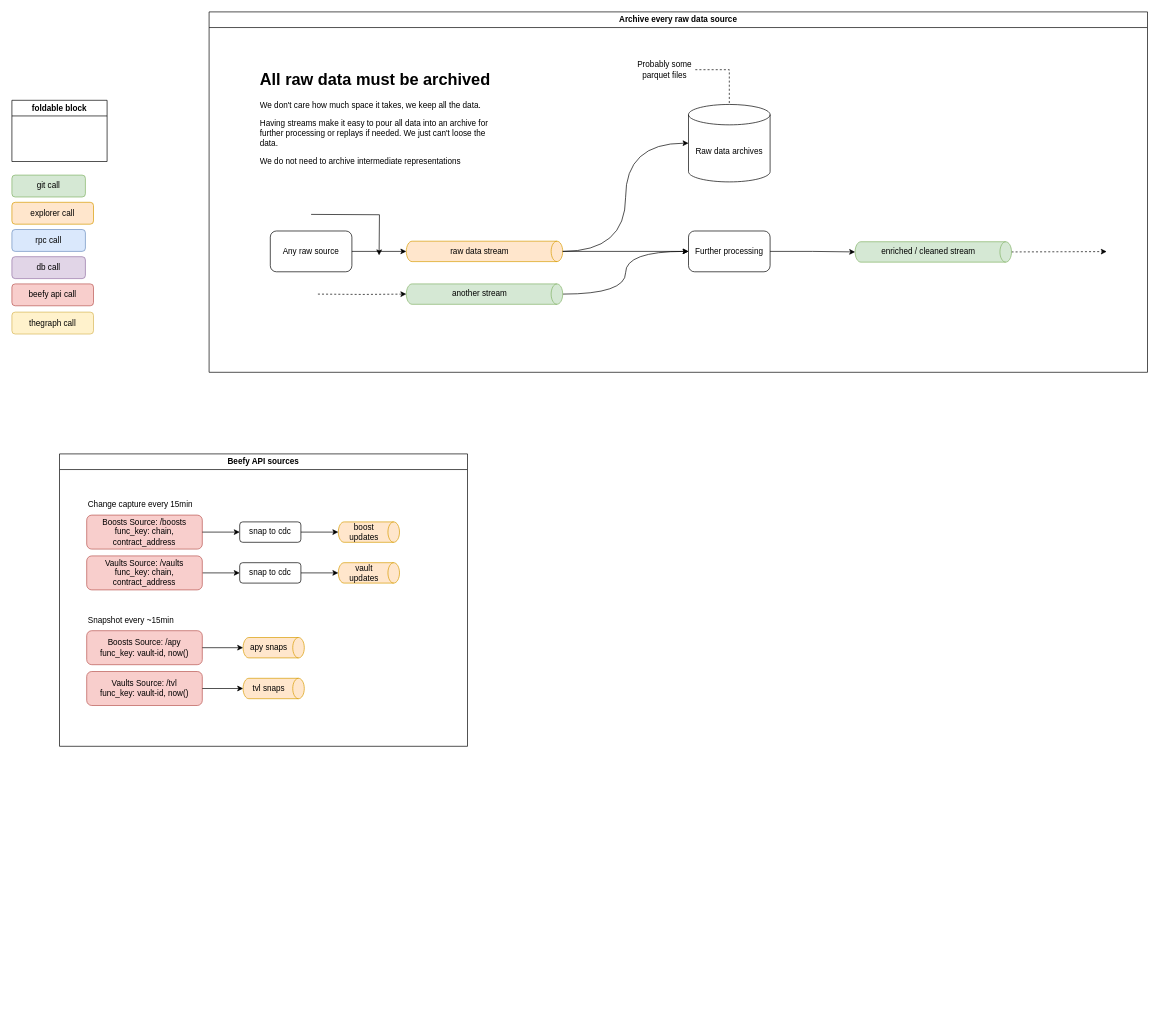
The draw.io diagram documentation/databarn.drawio in prevostc/beefy-bi, before the edit. Source tidied: cells renumbered, new cells numbered last; positions are measured from the earlier drawing's top-left corner, leaving out a move shared by most shapes. Both pictures are drawn from the tidied source at 68%, with x=0, y=0 at pixel (12, 12).
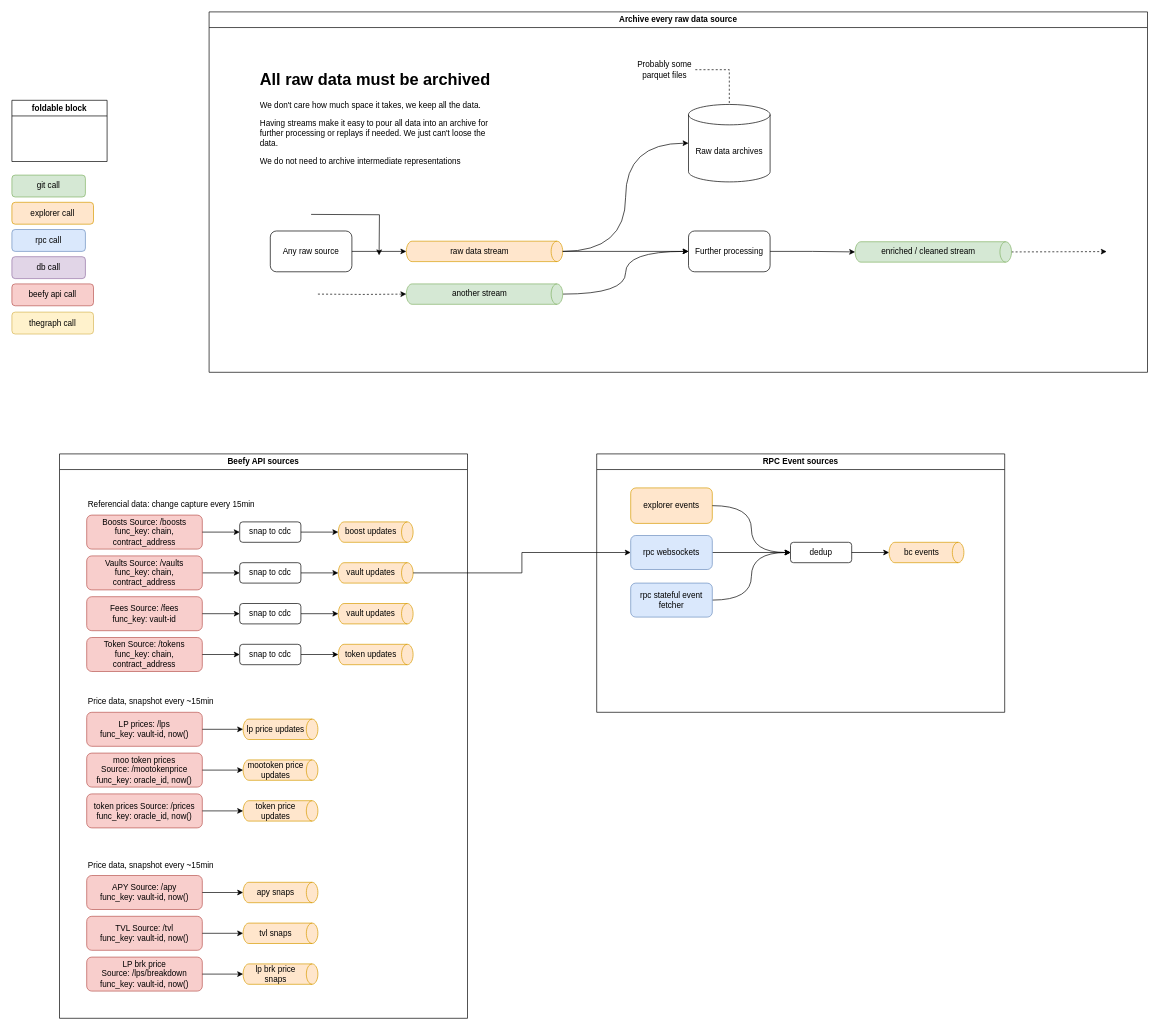
After the change.

The change refers to these unchanged cells:
```xml
<mxCell id="34" value="Boosts Source:&amp;nbsp;/boosts&lt;br&gt;func_key: chain, contract_address" style="rounded=1;whiteSpace=wrap;html=1;fontSize=12;glass=0;strokeWidth=1;shadow=0;fillColor=#f8cecc;strokeColor=#b85450;" parent="31" vertex="1">
  <mxGeometry x="40" y="90" width="170" height="50" as="geometry" />
</mxCell>
<mxCell id="36" value="Vaults Source:&amp;nbsp;/vaults&lt;br style=&quot;border-color: var(--border-color);&quot;&gt;func_key: chain, contract_address" style="rounded=1;whiteSpace=wrap;html=1;fontSize=12;glass=0;strokeWidth=1;shadow=0;fillColor=#f8cecc;strokeColor=#b85450;" parent="31" vertex="1">
  <mxGeometry x="40" y="150" width="170" height="50" as="geometry" />
</mxCell>
<mxCell id="46" value="snap to cdc" style="rounded=1;whiteSpace=wrap;html=1;" parent="31" vertex="1">
  <mxGeometry x="265" y="100" width="90" height="30" as="geometry" />
</mxCell>
<mxCell id="51" value="snap to cdc" style="rounded=1;whiteSpace=wrap;html=1;" parent="31" vertex="1">
  <mxGeometry x="265" y="160" width="90" height="30" as="geometry" />
</mxCell>
```

What changed in the source:
```diff
@@
     <mxCell id="31" value="Beefy API sources" style="swimlane;whiteSpace=wrap;html=1;" parent="1" vertex="1">
-      <mxGeometry x="70" y="650" width="600" height="430" as="geometry" />
+      <mxGeometry x="70" y="650" width="600" height="830" as="geometry" />
     </mxCell>
@@
-    <mxCell id="35" style="edgeStyle=orthogonalEdgeStyle;rounded=0;jettySize=auto;html=1;exitX=1;exitY=0.5;exitDx=0;exitDy=0;" parent="31" edge="1" source="36" target="51">
+    <mxCell id="35" style="edgeStyle=orthogonalEdgeStyle;rounded=0;jettySize=auto;html=1;" parent="31" edge="1" source="36" target="51">
       <mxGeometry relative="1" as="geometry" />
     </mxCell>
@@
     <mxCell id="37" value="boost updates" style="shape=cylinder3;whiteSpace=wrap;html=1;boundedLbl=1;backgroundOutline=1;size=8.5;rotation=90;fillColor=#ffe6cc;horizontal=0;strokeColor=#d79b00;" parent="31" vertex="1">
-      <mxGeometry x="440" y="70" width="30" height="90" as="geometry" />
+      <mxGeometry x="450" y="60" width="30" height="110" as="geometry" />
     </mxCell>
-    <mxCell id="38" value="Boosts Source:&amp;nbsp;/apy&lt;br style=&quot;border-color: var(--border-color);&quot;&gt;func_key: vault-id, now()" style="rounded=1;whiteSpace=wrap;html=1;fontSize=12;glass=0;strokeWidth=1;shadow=0;fillColor=#f8cecc;strokeColor=#b85450;" parent="31" vertex="1">
-      <mxGeometry x="40" y="260" width="170" height="50" as="geometry" />
+    <mxCell id="38" value="APY Source:&amp;nbsp;/apy&lt;br style=&quot;border-color: var(--border-color);&quot;&gt;func_key: vault-id, now()" style="rounded=1;whiteSpace=wrap;html=1;fontSize=12;glass=0;strokeWidth=1;shadow=0;fillColor=#f8cecc;strokeColor=#b85450;" parent="31" vertex="1">
+      <mxGeometry x="40" y="620" width="170" height="50" as="geometry" />
     </mxCell>
-    <mxCell id="39" value="Vaults Source:&amp;nbsp;/tvl&lt;br&gt;func_key: vault-id, now()" style="rounded=1;whiteSpace=wrap;html=1;fontSize=12;glass=0;strokeWidth=1;shadow=0;fillColor=#f8cecc;strokeColor=#b85450;" parent="31" vertex="1">
-      <mxGeometry x="40" y="320" width="170" height="50" as="geometry" />
+    <mxCell id="39" value="TVL Source:&amp;nbsp;/tvl&lt;br&gt;func_key: vault-id, now()" style="rounded=1;whiteSpace=wrap;html=1;fontSize=12;glass=0;strokeWidth=1;shadow=0;fillColor=#f8cecc;strokeColor=#b85450;" parent="31" vertex="1">
+      <mxGeometry x="40" y="680" width="170" height="50" as="geometry" />
     </mxCell>
     <mxCell id="40" value="tvl snaps" style="shape=cylinder3;whiteSpace=wrap;html=1;boundedLbl=1;backgroundOutline=1;size=8.5;rotation=90;fillColor=#ffe6cc;horizontal=0;strokeColor=#d79b00;" parent="31" vertex="1">
-      <mxGeometry x="300" y="300" width="30" height="90" as="geometry" />
+      <mxGeometry x="310" y="650" width="30" height="110" as="geometry" />
     </mxCell>
     <mxCell id="41" value="apy snaps" style="shape=cylinder3;whiteSpace=wrap;html=1;boundedLbl=1;backgroundOutline=1;size=8.5;rotation=90;fillColor=#ffe6cc;horizontal=0;strokeColor=#d79b00;" parent="31" vertex="1">
-      <mxGeometry x="300" y="240" width="30" height="90" as="geometry" />
+      <mxGeometry x="310" y="590" width="30" height="110" as="geometry" />
     </mxCell>
-    <mxCell id="42" style="edgeStyle=orthogonalEdgeStyle;rounded=0;jettySize=auto;html=1;exitX=1;exitY=0.5;exitDx=0;exitDy=0;entryX=0.5;entryY=1;entryDx=0;entryDy=0;entryPerimeter=0;" parent="31" edge="1" source="39" target="40">
+    <mxCell id="42" style="edgeStyle=orthogonalEdgeStyle;rounded=0;jettySize=auto;html=1;" parent="31" edge="1" source="39" target="40">
       <mxGeometry relative="1" as="geometry" />
     </mxCell>
-    <mxCell id="43" style="edgeStyle=orthogonalEdgeStyle;rounded=0;jettySize=auto;html=1;exitX=1;exitY=0.5;exitDx=0;exitDy=0;entryX=0.5;entryY=1;entryDx=0;entryDy=0;entryPerimeter=0;" parent="31" edge="1" source="38" target="41">
+    <mxCell id="43" style="edgeStyle=orthogonalEdgeStyle;rounded=0;jettySize=auto;html=1;" parent="31" edge="1" source="38" target="41">
       <mxGeometry relative="1" as="geometry" />
     </mxCell>
-    <mxCell id="44" value="Snapshot every ~15min" style="text;html=1;strokeColor=none;fillColor=none;align=left;verticalAlign=middle;whiteSpace=wrap;rounded=0;" parent="31" vertex="1">
-      <mxGeometry x="40" y="230" width="250" height="30" as="geometry" />
+    <mxCell id="44" value="Price data, snapshot every ~15min" style="text;html=1;strokeColor=none;fillColor=none;align=left;verticalAlign=middle;whiteSpace=wrap;rounded=0;" parent="31" vertex="1">
+      <mxGeometry x="40" y="350" width="250" height="30" as="geometry" />
     </mxCell>
-    <mxCell id="45" value="Change capture every 15min" style="text;html=1;strokeColor=none;fillColor=none;align=left;verticalAlign=middle;whiteSpace=wrap;rounded=0;" parent="31" vertex="1">
-      <mxGeometry x="40" y="60" width="250" height="30" as="geometry" />
+    <mxCell id="45" value="Referencial data: change capture every 15min" style="text;html=1;strokeColor=none;fillColor=none;align=left;verticalAlign=middle;whiteSpace=wrap;rounded=0;" parent="31" vertex="1">
+      <mxGeometry x="40" y="60" width="330" height="30" as="geometry" />
     </mxCell>
@@
-    <mxCell id="47" style="edgeStyle=orthogonalEdgeStyle;rounded=0;jettySize=auto;html=1;exitX=1;exitY=0.5;exitDx=0;exitDy=0;entryX=0;entryY=0.5;entryDx=0;entryDy=0;" parent="31" edge="1" source="34" target="46">
+    <mxCell id="47" style="edgeStyle=orthogonalEdgeStyle;rounded=0;jettySize=auto;html=1;" parent="31" edge="1" source="34" target="46">
       <mxGeometry relative="1" as="geometry" />
     </mxCell>
-    <mxCell id="48" style="edgeStyle=orthogonalEdgeStyle;rounded=0;jettySize=auto;html=1;exitX=1;exitY=0.5;exitDx=0;exitDy=0;entryX=0.5;entryY=1;entryDx=0;entryDy=0;entryPerimeter=0;" parent="31" edge="1" source="46" target="37">
+    <mxCell id="48" style="edgeStyle=orthogonalEdgeStyle;rounded=0;jettySize=auto;html=1;" parent="31" edge="1" source="46" target="37">
       <mxGeometry relative="1" as="geometry" />
     </mxCell>
     <mxCell id="49" value="vault updates" style="shape=cylinder3;whiteSpace=wrap;html=1;boundedLbl=1;backgroundOutline=1;size=8.5;rotation=90;fillColor=#ffe6cc;horizontal=0;strokeColor=#d79b00;" parent="31" vertex="1">
-      <mxGeometry x="440" y="130" width="30" height="90" as="geometry" />
+      <mxGeometry x="450" y="120" width="30" height="110" as="geometry" />
     </mxCell>
-    <mxCell id="50" style="edgeStyle=orthogonalEdgeStyle;rounded=0;jettySize=auto;html=1;exitX=1;exitY=0.5;exitDx=0;exitDy=0;" parent="31" edge="1" source="51" target="49">
+    <mxCell id="50" style="edgeStyle=orthogonalEdgeStyle;rounded=0;jettySize=auto;html=1;" parent="31" edge="1" source="51" target="49">
       <mxGeometry relative="1" as="geometry" />
     </mxCell>
@@
+    <mxCell id="52" value="Fees Source:&amp;nbsp;/fees&lt;br style=&quot;border-color: var(--border-color);&quot;&gt;func_key: vault-id" style="rounded=1;whiteSpace=wrap;html=1;fontSize=12;glass=0;strokeWidth=1;shadow=0;fillColor=#f8cecc;strokeColor=#b85450;" parent="31" vertex="1">
+      <mxGeometry x="40" y="210" width="170" height="50" as="geometry" />
+    </mxCell>
+    <mxCell id="53" value="vault updates" style="shape=cylinder3;whiteSpace=wrap;html=1;boundedLbl=1;backgroundOutline=1;size=8.5;rotation=90;fillColor=#ffe6cc;horizontal=0;strokeColor=#d79b00;" parent="31" vertex="1">
+      <mxGeometry x="450" y="180" width="30" height="110" as="geometry" />
+    </mxCell>
+    <mxCell id="54" style="edgeStyle=orthogonalEdgeStyle;rounded=0;jettySize=auto;html=1;" parent="31" edge="1" source="55" target="53">
+      <mxGeometry relative="1" as="geometry" />
+    </mxCell>
+    <mxCell id="55" value="snap to cdc" style="rounded=1;whiteSpace=wrap;html=1;" parent="31" vertex="1">
+      <mxGeometry x="265" y="220" width="90" height="30" as="geometry" />
+    </mxCell>
+    <mxCell id="56" style="edgeStyle=orthogonalEdgeStyle;rounded=0;jettySize=auto;html=1;" parent="31" edge="1" source="52" target="55">
+      <mxGeometry relative="1" as="geometry" />
+    </mxCell>
+    <mxCell id="57" value="LP prices:&amp;nbsp;/lps&lt;br&gt;func_key: vault-id, now()" style="rounded=1;whiteSpace=wrap;html=1;fontSize=12;glass=0;strokeWidth=1;shadow=0;fillColor=#f8cecc;strokeColor=#b85450;" parent="31" vertex="1">
+      <mxGeometry x="40" y="380" width="170" height="50" as="geometry" />
+    </mxCell>
+    <mxCell id="58" value="lp price updates" style="shape=cylinder3;whiteSpace=wrap;html=1;boundedLbl=1;backgroundOutline=1;size=8.5;rotation=90;fillColor=#ffe6cc;horizontal=0;strokeColor=#d79b00;" parent="31" vertex="1">
+      <mxGeometry x="310" y="350" width="30" height="110" as="geometry" />
+    </mxCell>
+    <mxCell id="59" style="edgeStyle=orthogonalEdgeStyle;rounded=0;jettySize=auto;html=1;" parent="31" edge="1" source="57" target="58">
+      <mxGeometry relative="1" as="geometry" />
+    </mxCell>
+    <mxCell id="60" value="LP brk price Source:&amp;nbsp;/lps/breakdown&lt;br&gt;func_key: vault-id, now()" style="rounded=1;whiteSpace=wrap;html=1;fontSize=12;glass=0;strokeWidth=1;shadow=0;fillColor=#f8cecc;strokeColor=#b85450;" parent="31" vertex="1">
+      <mxGeometry x="40" y="740" width="170" height="50" as="geometry" />
+    </mxCell>
+    <mxCell id="61" value="lp brk price snaps" style="shape=cylinder3;whiteSpace=wrap;html=1;boundedLbl=1;backgroundOutline=1;size=8.5;rotation=90;fillColor=#ffe6cc;horizontal=0;strokeColor=#d79b00;" parent="31" vertex="1">
+      <mxGeometry x="310" y="710" width="30" height="110" as="geometry" />
+    </mxCell>
+    <mxCell id="62" style="edgeStyle=orthogonalEdgeStyle;rounded=0;jettySize=auto;html=1;" parent="31" edge="1" source="60" target="61">
+      <mxGeometry relative="1" as="geometry" />
+    </mxCell>
+    <mxCell id="63" value="Token Source:&amp;nbsp;/tokens&lt;br style=&quot;border-color: var(--border-color);&quot;&gt;func_key: chain, contract_address" style="rounded=1;whiteSpace=wrap;html=1;fontSize=12;glass=0;strokeWidth=1;shadow=0;fillColor=#f8cecc;strokeColor=#b85450;" parent="31" vertex="1">
+      <mxGeometry x="40" y="270" width="170" height="50" as="geometry" />
+    </mxCell>
+    <mxCell id="64" value="token updates" style="shape=cylinder3;whiteSpace=wrap;html=1;boundedLbl=1;backgroundOutline=1;size=8.5;rotation=90;fillColor=#ffe6cc;horizontal=0;strokeColor=#d79b00;" parent="31" vertex="1">
+      <mxGeometry x="450" y="240" width="30" height="110" as="geometry" />
+    </mxCell>
+    <mxCell id="65" style="edgeStyle=orthogonalEdgeStyle;rounded=0;jettySize=auto;html=1;" parent="31" edge="1" source="66" target="64">
+      <mxGeometry relative="1" as="geometry" />
+    </mxCell>
+    <mxCell id="66" value="snap to cdc" style="rounded=1;whiteSpace=wrap;html=1;" parent="31" vertex="1">
+      <mxGeometry x="265" y="280" width="90" height="30" as="geometry" />
+    </mxCell>
+    <mxCell id="67" style="edgeStyle=orthogonalEdgeStyle;rounded=0;jettySize=auto;html=1;" parent="31" edge="1" source="63" target="66">
+      <mxGeometry relative="1" as="geometry" />
+    </mxCell>
+    <mxCell id="68" value="moo token prices Source:&amp;nbsp;/mootokenprice&lt;br&gt;func_key: oracle_id, now()" style="rounded=1;whiteSpace=wrap;html=1;fontSize=12;glass=0;strokeWidth=1;shadow=0;fillColor=#f8cecc;strokeColor=#b85450;" parent="31" vertex="1">
+      <mxGeometry x="40" y="440" width="170" height="50" as="geometry" />
+    </mxCell>
+    <mxCell id="69" value="mootoken price updates" style="shape=cylinder3;whiteSpace=wrap;html=1;boundedLbl=1;backgroundOutline=1;size=8.5;rotation=90;fillColor=#ffe6cc;horizontal=0;strokeColor=#d79b00;" parent="31" vertex="1">
+      <mxGeometry x="310" y="410" width="30" height="110" as="geometry" />
+    </mxCell>
+    <mxCell id="70" style="edgeStyle=orthogonalEdgeStyle;rounded=0;jettySize=auto;html=1;" parent="31" edge="1" source="68" target="69">
+      <mxGeometry relative="1" as="geometry" />
+    </mxCell>
+    <mxCell id="71" value="Price data, snapshot every ~15min" style="text;html=1;strokeColor=none;fillColor=none;align=left;verticalAlign=middle;whiteSpace=wrap;rounded=0;" parent="31" vertex="1">
+      <mxGeometry x="40" y="590" width="250" height="30" as="geometry" />
+    </mxCell>
+    <mxCell id="72" value="token prices Source:&amp;nbsp;/prices&lt;br&gt;func_key: oracle_id, now()" style="rounded=1;whiteSpace=wrap;html=1;fontSize=12;glass=0;strokeWidth=1;shadow=0;fillColor=#f8cecc;strokeColor=#b85450;" parent="31" vertex="1">
+      <mxGeometry x="40" y="500" width="170" height="50" as="geometry" />
+    </mxCell>
+    <mxCell id="73" value="token price updates" style="shape=cylinder3;whiteSpace=wrap;html=1;boundedLbl=1;backgroundOutline=1;size=8.5;rotation=90;fillColor=#ffe6cc;horizontal=0;strokeColor=#d79b00;" parent="31" vertex="1">
+      <mxGeometry x="310" y="470" width="30" height="110" as="geometry" />
+    </mxCell>
+    <mxCell id="74" style="edgeStyle=orthogonalEdgeStyle;rounded=0;jettySize=auto;html=1;" parent="31" edge="1" source="72" target="73">
+      <mxGeometry relative="1" as="geometry" />
+    </mxCell>
+    <mxCell id="75" value="RPC Event sources" style="swimlane;whiteSpace=wrap;html=1;" parent="1" vertex="1">
+      <mxGeometry x="860" y="650" width="600" height="380" as="geometry" />
+    </mxCell>
+    <mxCell id="76" style="edgeStyle=orthogonalEdgeStyle;rounded=0;orthogonalLoop=1;jettySize=auto;html=1;exitX=1;exitY=0.5;exitDx=0;exitDy=0;jumpStyle=arc;jumpSize=12;" parent="75" edge="1">
+      <mxGeometry relative="1" as="geometry">
+        <mxPoint x="310" y="298.3" as="sourcePoint" />
+      </mxGeometry>
+    </mxCell>
+    <mxCell id="77" style="edgeStyle=orthogonalEdgeStyle;rounded=0;orthogonalLoop=1;jettySize=auto;html=1;exitX=1;exitY=0.5;exitDx=0;exitDy=0;exitPerimeter=0;jumpStyle=arc;jumpSize=12;" parent="75" edge="1">
+      <mxGeometry relative="1" as="geometry">
+        <mxPoint x="470" y="298.3" as="sourcePoint" />
+      </mxGeometry>
+    </mxCell>
+    <mxCell id="78" value="explorer events" style="rounded=1;whiteSpace=wrap;html=1;fontSize=12;glass=0;strokeWidth=1;shadow=0;fillColor=#ffe6cc;strokeColor=#d79b00;" parent="75" vertex="1">
+      <mxGeometry x="50" y="50" width="120" height="52.2" as="geometry" />
+    </mxCell>
+    <mxCell id="79" style="edgeStyle=orthogonalEdgeStyle;rounded=0;jettySize=auto;html=1;exitX=1;exitY=0.5;exitDx=0;exitDy=0;" parent="75" edge="1" source="80" target="84">
+      <mxGeometry relative="1" as="geometry" />
+    </mxCell>
+    <mxCell id="80" value="rpc websockets" style="rounded=1;whiteSpace=wrap;html=1;fontSize=12;glass=0;strokeWidth=1;shadow=0;fillColor=#dae8fc;strokeColor=#6c8ebf;" parent="75" vertex="1">
+      <mxGeometry x="50" y="120" width="120" height="50" as="geometry" />
+    </mxCell>
+    <mxCell id="81" style="edgeStyle=orthogonalEdgeStyle;rounded=0;jettySize=auto;html=1;exitX=1;exitY=0.5;exitDx=0;exitDy=0;curved=1;entryX=0;entryY=0.5;entryDx=0;entryDy=0;" parent="75" edge="1" source="82" target="84">
+      <mxGeometry relative="1" as="geometry" />
+    </mxCell>
+    <mxCell id="82" value="rpc stateful event fetcher" style="rounded=1;whiteSpace=wrap;html=1;fontSize=12;glass=0;strokeWidth=1;shadow=0;fillColor=#dae8fc;strokeColor=#6c8ebf;" parent="75" vertex="1">
+      <mxGeometry x="50" y="190" width="120" height="50" as="geometry" />
+    </mxCell>
+    <mxCell id="83" value="bc events" style="shape=cylinder3;whiteSpace=wrap;html=1;boundedLbl=1;backgroundOutline=1;size=8.5;rotation=90;fillColor=#ffe6cc;horizontal=0;strokeColor=#d79b00;" parent="75" vertex="1">
+      <mxGeometry x="470" y="90" width="30" height="110" as="geometry" />
+    </mxCell>
+    <mxCell id="84" value="dedup" style="rounded=1;whiteSpace=wrap;html=1;" parent="75" vertex="1">
+      <mxGeometry x="285" y="130" width="90" height="30" as="geometry" />
+    </mxCell>
+    <mxCell id="85" style="edgeStyle=orthogonalEdgeStyle;rounded=0;jettySize=auto;html=1;curved=1;entryX=0;entryY=0.5;entryDx=0;entryDy=0;" parent="75" edge="1" source="78" target="84">
+      <mxGeometry relative="1" as="geometry" />
+    </mxCell>
+    <mxCell id="86" style="edgeStyle=orthogonalEdgeStyle;rounded=0;jettySize=auto;html=1;" parent="75" edge="1" source="84" target="83">
+      <mxGeometry relative="1" as="geometry" />
+    </mxCell>
+    <mxCell id="87" style="edgeStyle=orthogonalEdgeStyle;rounded=0;jettySize=auto;html=1;exitX=0.5;exitY=0;exitDx=0;exitDy=0;exitPerimeter=0;entryX=0;entryY=0.5;entryDx=0;entryDy=0;" parent="1" edge="1" source="49" target="80">
+      <mxGeometry relative="1" as="geometry" />
+    </mxCell>
```
